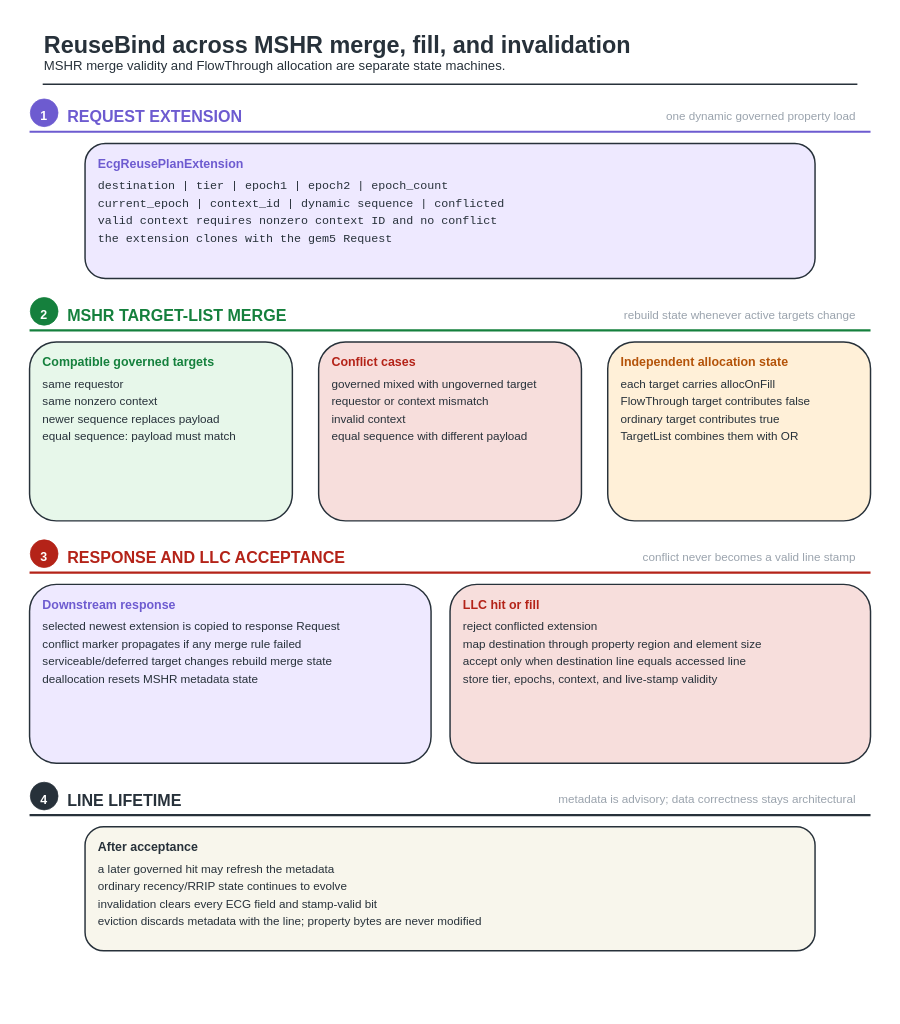
Above: fig/wiki_src/risc-v-instruction-path/risc-v-instruction-path-f03-mshr-metadata-lifecycle.drawio in UVA-LavaLab/ECG_GrAPL (draw.io), before the change. Source tidied: cells renumbered, new cells numbered last; positions are measured from the earlier drawing's top-left corner, leaving out a move shared by most shapes. Both pictures are drawn from the tidied source at 73%, with x=0, y=0 at pixel (12, 12).
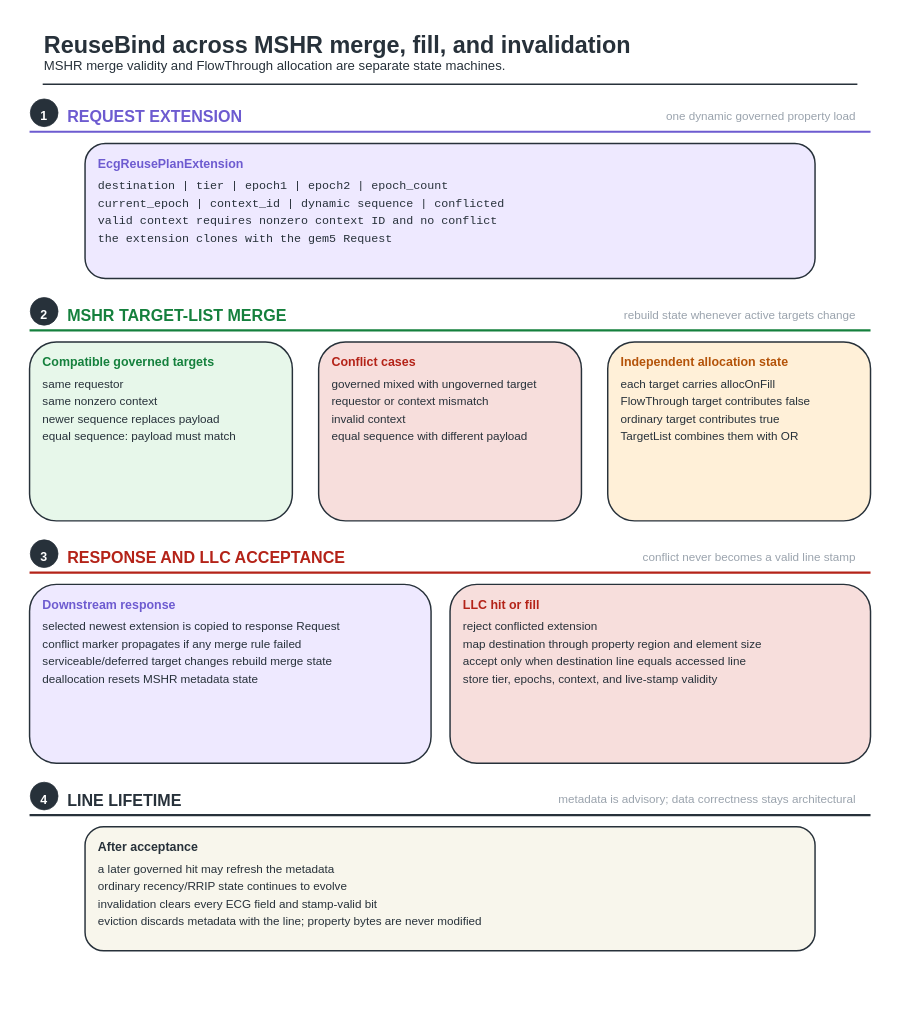
The same page after the edit.

Change to the diagram source:
```diff
@@
-    <mxCell id="6" style="ellipse;html=0;fillColor=#6D5BD0;strokeColor=#6D5BD0;strokeWidth=1;" parent="1" vertex="1">
+    <mxCell id="6" style="ellipse;html=0;fillColor=#27313A;strokeColor=#27313A;strokeWidth=1;" parent="1" vertex="1">
       <mxGeometry x="25" y="119" width="38" height="38" as="geometry" />
     </mxCell>
@@
-    <mxCell id="17" style="ellipse;html=0;fillColor=#15803D;strokeColor=#15803D;strokeWidth=1;" parent="1" vertex="1">
+    <mxCell id="17" style="ellipse;html=0;fillColor=#27313A;strokeColor=#27313A;strokeWidth=1;" parent="1" vertex="1">
       <mxGeometry x="25" y="391" width="38" height="38" as="geometry" />
     </mxCell>
@@
-    <mxCell id="40" style="ellipse;html=0;fillColor=#B42318;strokeColor=#B42318;strokeWidth=1;" parent="1" vertex="1">
+    <mxCell id="40" style="ellipse;html=0;fillColor=#27313A;strokeColor=#27313A;strokeWidth=1;" parent="1" vertex="1">
       <mxGeometry x="25" y="723" width="38" height="38" as="geometry" />
     </mxCell>
```
